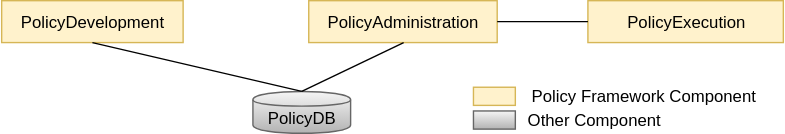
This is docs/architecture/images/PFHighestLevel.svg from onap/policy-parent, a draw.io export, as it was before one commit. Source tidied: cells renumbered, new cells last; positions are measured from the earlier drawing's top-left corner, leaving out a move shared by most shapes.
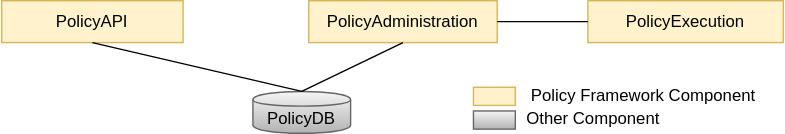
After the change.

Commit message:
Repalce PolicyDevelopment with PolicyAPI in docs

The edit, as a diff of the source:
```diff
@@ -2,7 +2,7 @@
   <root>
     <mxCell id="0" />
     <mxCell id="1" parent="0" />
-    <mxCell id="2" value="PolicyDevelopment" style="rounded=0;whiteSpace=wrap;html=1;fillColor=#fff2cc;strokeColor=#d6b656;" parent="1" vertex="1">
+    <mxCell id="2" value="PolicyAPI" style="rounded=0;whiteSpace=wrap;html=1;fillColor=#fff2cc;strokeColor=#d6b656;" parent="1" vertex="1">
       <mxGeometry width="130" height="30" as="geometry" />
     </mxCell>
     <mxCell id="3" value="PolicyDB" style="shape=cylinder;whiteSpace=wrap;html=1;boundedLbl=1;backgroundOutline=1;fillColor=#f5f5f5;strokeColor=#666666;gradientColor=#b3b3b3;" parent="1" vertex="1">
```
